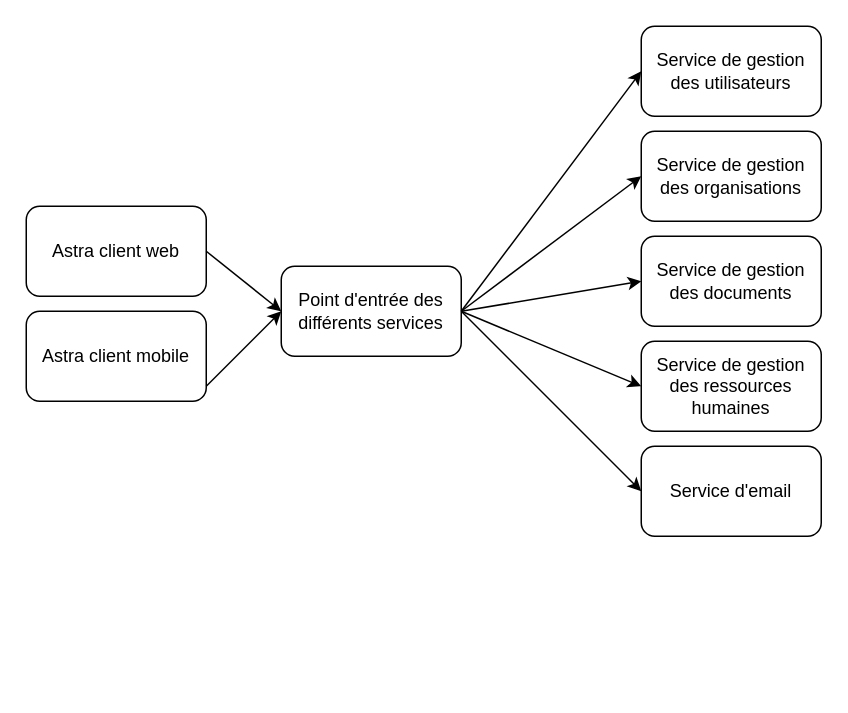
cjour/audit_logistics keeps this draw.io diagram as BusinnesArchitectureBaseline.drawio. Above is the earlier version. Source tidied: cells renumbered, new cells numbered last; positions are measured from the earlier drawing's top-left corner, leaving out a move shared by most shapes. Both pictures are drawn from the tidied source at 150%, with x=0, y=0 at pixel (26, 26).
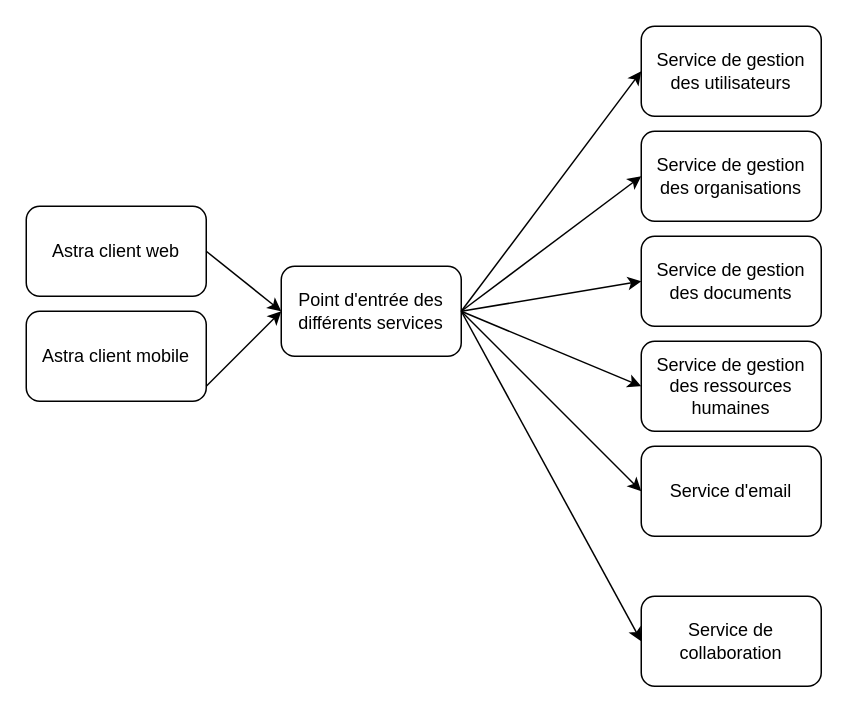
The same page after the edit.

The edit, as a diff of the source:
```diff
@@
+    <mxCell id="17" value="Service de collaboration" style="rounded=1;whiteSpace=wrap;html=1;" parent="1" vertex="1">
+      <mxGeometry x="410" y="380" width="120" height="60" as="geometry" />
+    </mxCell>
+    <mxCell id="18" style="endArrow=classic;html=1;rounded=0;entryX=0;entryY=0.5;entryDx=0;entryDy=0;" parent="1" edge="1" target="17">
+      <mxGeometry relative="1" as="geometry">
+        <mxPoint x="290" y="190" as="sourcePoint" />
+      </mxGeometry>
+    </mxCell>
```
